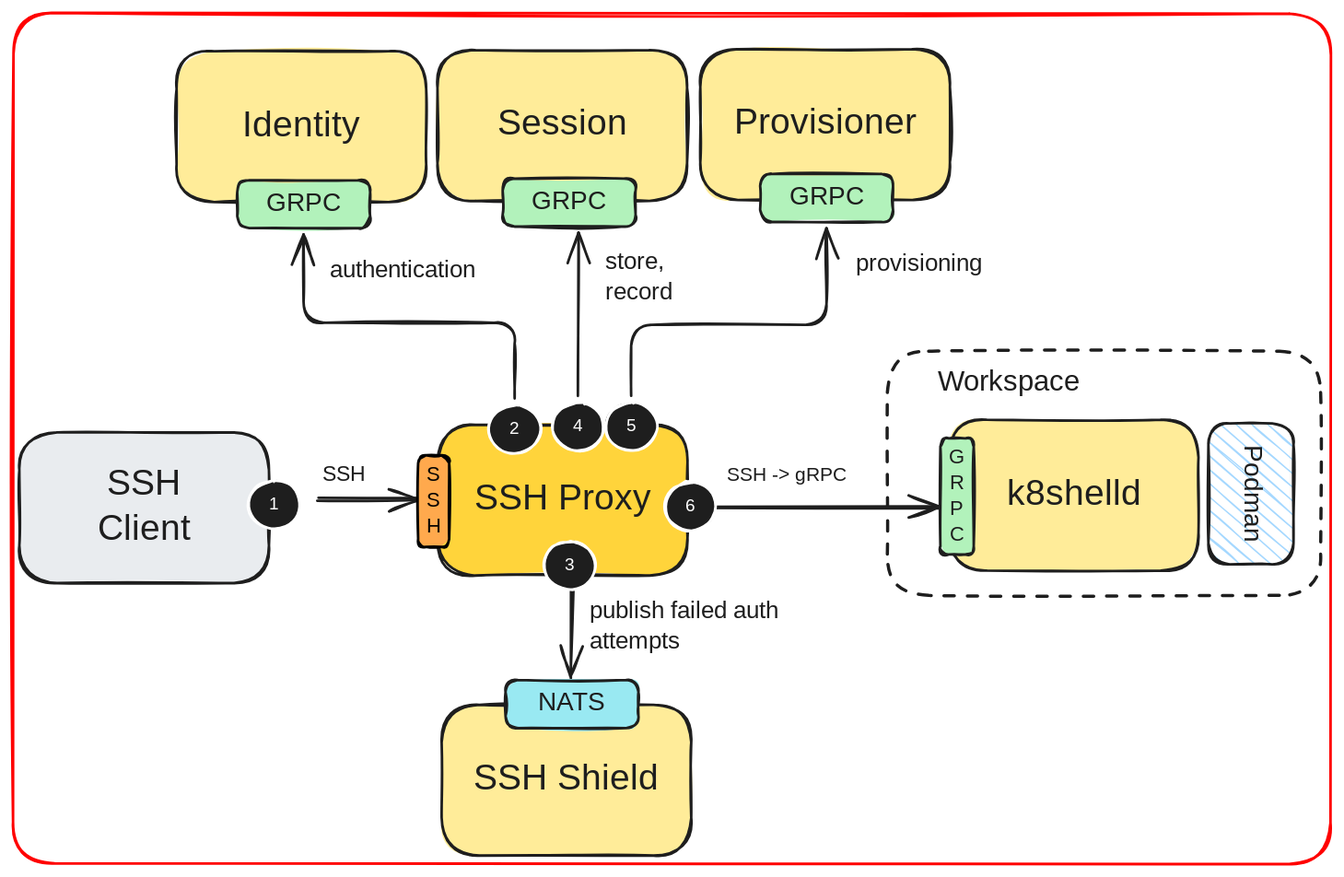
Above: drawings/ssh-architecture.excalidraw.svg in k8shell-io/docs (Excalidraw), before the change. Source tidied: one line per element, renumbered; positions are measured from the earlier drawing's top-left corner, leaving out a move shared by most shapes.
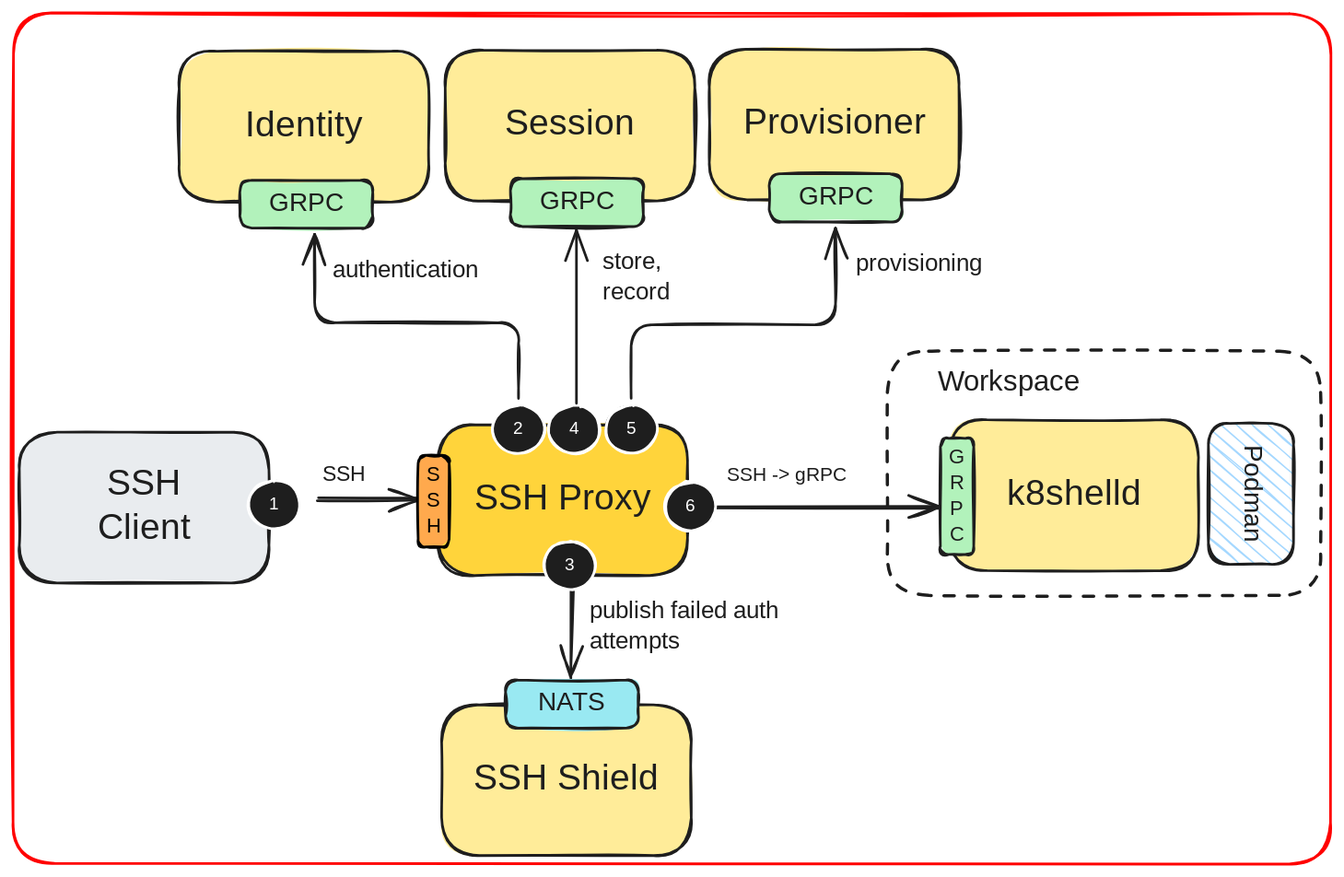
Above is the later version.

The edit, as a diff of the source:
```diff
@@ -5,7 +5,7 @@
 {"id": 4, "type": "rectangle", "strokeColor": "#1e1e1e", "backgroundColor": "#ffd43b", "fillStyle": "solid", "strokeWidth": 2, "roughness": 1, "round": true, "x": 329, "y": 319, "width": 194, "height": 117}
 {"id": 5, "type": "text", "text": "SSH Proxy", "strokeColor": "#1e1e1e", "strokeWidth": 2, "roughness": 1, "fontSize": 28, "fontFamily": 5, "textAlign": "center", "verticalAlign": "middle", "inside": 4, "x": 364, "y": 360, "width": 125, "height": 35}
 {"id": 6, "type": "rectangle", "strokeColor": "#1e1e1e", "backgroundColor": "#e9ecef", "fillStyle": "solid", "strokeWidth": 2, "roughness": 1, "round": true, "x": 5, "y": 325, "width": 194, "height": 117}
-{"id": 7, "type": "text", "text": "SSH\nClient", "strokeColor": "#1e1e1e", "strokeWidth": 2, "roughness": 1, "fontSize": 28, "fontFamily": 5, "textAlign": "center", "verticalAlign": "middle", "inside": 6, "x": 67, "y": 349, "width": 68, "height": 70}
+{"id": 7, "type": "text", "text": "SSH\nClient", "strokeColor": "#1e1e1e", "strokeWidth": 2, "roughness": 1, "fontSize": 28, "fontFamily": 5, "textAlign": "center", "verticalAlign": "middle", "inside": 6, "x": 67, "y": 348, "width": 68, "height": 70}
 {"id": 8, "type": "arrow", "strokeColor": "#1e1e1e", "backgroundColor": "#e9ecef", "fillStyle": "solid", "strokeWidth": 2, "roughness": 1, "endArrowhead": "arrow", "round": true, "from": 20, "to": 52, "x": 236, "y": 376, "width": 78, "height": 0, "points": [[0, 0], [78, 0]]}
 {"id": 9, "type": "arrow", "strokeColor": "#1e1e1e", "strokeWidth": 2, "roughness": 1, "endArrowhead": "arrow", "round": true, "from": 4, "to": 2, "x": 528, "y": 384, "width": 189, "height": 1, "points": [[0, 0], [189, -1]]}
 {"id": 10, "type": "text", "text": "SSH", "strokeColor": "#1e1e1e", "backgroundColor": "#ffd43b", "fillStyle": "solid", "strokeWidth": 2, "roughness": 1, "fontSize": 16.69, "fontFamily": 5, "x": 240, "y": 348, "width": 30, "height": 21}
@@ -20,36 +20,36 @@
 {"id": 19, "type": "text", "text": "Podman", "strokeColor": "#1e1e1e", "angle": 1.57, "strokeWidth": 2, "roughness": 1, "fontSize": 20, "fontFamily": 5, "textAlign": "center", "verticalAlign": "middle", "inside": 18, "x": 924, "y": 360, "width": 73, "height": 25}
 {"id": 20, "type": "ellipse", "strokeColor": "#ffffff", "backgroundColor": "#1e1e1e", "fillStyle": "solid", "strokeWidth": 2, "roughness": 1, "round": true, "x": 183, "y": 362, "width": 40, "height": 38}
 {"id": 21, "type": "text", "text": "1", "strokeColor": "#ffffff", "backgroundColor": "#1e1e1e", "fillStyle": "solid", "strokeWidth": 2, "roughness": 1, "fontSize": 13.5, "fontFamily": 5, "textAlign": "center", "verticalAlign": "middle", "inside": 20, "x": 200, "y": 373, "width": 6, "height": 17}
-{"id": 22, "type": "ellipse", "strokeColor": "#ffffff", "backgroundColor": "#1e1e1e", "fillStyle": "solid", "strokeWidth": 2, "roughness": 1, "round": true, "x": 369, "y": 304, "width": 40, "height": 38}
+{"id": 22, "type": "ellipse", "strokeColor": "#ffffff", "backgroundColor": "#1e1e1e", "fillStyle": "solid", "strokeWidth": 2, "roughness": 1, "round": true, "x": 372, "y": 304, "width": 40, "height": 38}
-{"id": 23, "type": "text", "text": "2", "strokeColor": "#ffffff", "backgroundColor": "#1e1e1e", "fillStyle": "solid", "strokeWidth": 2, "roughness": 1, "fontSize": 13.5, "fontFamily": 5, "textAlign": "center", "verticalAlign": "middle", "inside": 22, "x": 384, "y": 314, "width": 9, "height": 17}
+{"id": 23, "type": "text", "text": "2", "strokeColor": "#ffffff", "backgroundColor": "#1e1e1e", "fillStyle": "solid", "strokeWidth": 2, "roughness": 1, "fontSize": 13.5, "fontFamily": 5, "textAlign": "center", "verticalAlign": "middle", "inside": 22, "x": 387, "y": 314, "width": 9, "height": 17}
-{"id": 24, "type": "ellipse", "strokeColor": "#ffffff", "backgroundColor": "#1e1e1e", "fillStyle": "solid", "strokeWidth": 2, "roughness": 1, "round": true, "x": 459, "y": 302, "width": 40, "height": 38}
+{"id": 24, "type": "ellipse", "strokeColor": "#ffffff", "backgroundColor": "#1e1e1e", "fillStyle": "solid", "strokeWidth": 2, "roughness": 1, "round": true, "x": 459, "y": 304, "width": 40, "height": 38}
-{"id": 25, "type": "text", "text": "5", "strokeColor": "#ffffff", "backgroundColor": "#1e1e1e", "fillStyle": "solid", "strokeWidth": 2, "roughness": 1, "fontSize": 13.5, "fontFamily": 5, "textAlign": "center", "verticalAlign": "middle", "inside": 24, "x": 475, "y": 312, "width": 8, "height": 17}
+{"id": 25, "type": "text", "text": "5", "strokeColor": "#ffffff", "backgroundColor": "#1e1e1e", "fillStyle": "solid", "strokeWidth": 2, "roughness": 1, "fontSize": 13.5, "fontFamily": 5, "textAlign": "center", "verticalAlign": "middle", "inside": 24, "x": 475, "y": 314, "width": 8, "height": 17}
 {"id": 26, "type": "ellipse", "strokeColor": "#ffffff", "backgroundColor": "#1e1e1e", "fillStyle": "solid", "strokeWidth": 2, "roughness": 1, "round": true, "x": 505, "y": 364, "width": 40, "height": 38}
 {"id": 27, "type": "text", "text": "6", "strokeColor": "#ffffff", "backgroundColor": "#1e1e1e", "fillStyle": "solid", "strokeWidth": 2, "roughness": 1, "fontSize": 13.5, "fontFamily": 5, "textAlign": "center", "verticalAlign": "middle", "inside": 26, "x": 521, "y": 374, "width": 9, "height": 17}
 {"id": 28, "type": "ellipse", "strokeColor": "#ffffff", "backgroundColor": "#1e1e1e", "fillStyle": "solid", "strokeWidth": 2, "roughness": 1, "round": true, "x": 412, "y": 410, "width": 40, "height": 38}
 {"id": 29, "type": "text", "text": "3", "strokeColor": "#ffffff", "backgroundColor": "#1e1e1e", "fillStyle": "solid", "strokeWidth": 2, "roughness": 1, "fontSize": 13.5, "fontFamily": 5, "textAlign": "center", "verticalAlign": "middle", "inside": 28, "x": 427, "y": 420, "width": 8, "height": 17}
-{"id": 30, "type": "arrow", "strokeColor": "#1e1e1e", "backgroundColor": "#b2f2bb", "fillStyle": "solid", "strokeWidth": 2, "roughness": 1, "endArrowhead": "arrow", "from": 24, "to": 45, "x": 479, "y": 297, "width": 151, "height": 130, "points": [[0, 0], [0, -55], [151, -55], [151, -130]]}
+{"id": 30, "type": "arrow", "strokeColor": "#1e1e1e", "backgroundColor": "#b2f2bb", "fillStyle": "solid", "strokeWidth": 2, "roughness": 1, "endArrowhead": "arrow", "from": 24, "to": 45, "x": 479, "y": 299, "width": 158, "height": 132, "points": [[0, 0], [0, -57], [158, -57], [158, -132]]}
-{"id": 31, "type": "ellipse", "strokeColor": "#ffffff", "backgroundColor": "#1e1e1e", "fillStyle": "solid", "strokeWidth": 2, "roughness": 1, "round": true, "x": 418, "y": 302, "width": 40, "height": 38}
+{"id": 31, "type": "ellipse", "strokeColor": "#ffffff", "backgroundColor": "#1e1e1e", "fillStyle": "solid", "strokeWidth": 2, "roughness": 1, "round": true, "x": 415, "y": 304, "width": 40, "height": 38}
-{"id": 32, "type": "text", "text": "4", "strokeColor": "#ffffff", "backgroundColor": "#1e1e1e", "fillStyle": "solid", "strokeWidth": 2, "roughness": 1, "fontSize": 13.5, "fontFamily": 5, "textAlign": "center", "verticalAlign": "middle", "inside": 31, "x": 434, "y": 312, "width": 8, "height": 17}
+{"id": 32, "type": "text", "text": "4", "strokeColor": "#ffffff", "backgroundColor": "#1e1e1e", "fillStyle": "solid", "strokeWidth": 2, "roughness": 1, "fontSize": 13.5, "fontFamily": 5, "textAlign": "center", "verticalAlign": "middle", "inside": 31, "x": 431, "y": 314, "width": 8, "height": 17}
-{"id": 33, "type": "arrow", "strokeColor": "#1e1e1e", "backgroundColor": "#b2f2bb", "fillStyle": "solid", "strokeWidth": 2, "roughness": 1, "endArrowhead": "arrow", "from": 31, "to": 41, "x": 438, "y": 297, "width": 0, "height": 127, "points": [[0, 0], [0, -127]]}
-{"id": 34, "type": "text", "text": "store,\nrecord", "strokeColor": "#1e1e1e", "backgroundColor": "#ffd43b", "fillStyle": "solid", "strokeWidth": 2, "roughness": 1, "fontSize": 18.86, "fontFamily": 5, "x": 459, "y": 182, "width": 58, "height": 47}
+{"id": 34, "type": "text", "text": "store,\nrecord", "strokeColor": "#1e1e1e", "backgroundColor": "#ffd43b", "fillStyle": "solid", "strokeWidth": 2, "roughness": 1, "fontSize": 18.86, "fontFamily": 5, "x": 457, "y": 182, "width": 58, "height": 47}
-{"id": 35, "type": "rectangle", "strokeColor": "#1e1e1e", "backgroundColor": "#ffec99", "fillStyle": "solid", "strokeWidth": 2, "roughness": 1, "round": true, "x": 127, "y": 29, "width": 194, "height": 117}
+{"id": 35, "type": "rectangle", "strokeColor": "#1e1e1e", "backgroundColor": "#ffec99", "fillStyle": "solid", "strokeWidth": 2, "roughness": 1, "round": true, "x": 129, "y": 29, "width": 194, "height": 117}
-{"id": 36, "type": "text", "text": "Identity", "strokeColor": "#1e1e1e", "strokeWidth": 2, "roughness": 1, "fontSize": 28, "fontFamily": 5, "textAlign": "center", "verticalAlign": "middle", "inside": 35, "x": 166, "y": 70, "width": 115, "height": 35}
+{"id": 36, "type": "text", "text": "Identity", "strokeColor": "#1e1e1e", "strokeWidth": 2, "roughness": 1, "fontSize": 28, "fontFamily": 5, "textAlign": "center", "verticalAlign": "middle", "inside": 35, "x": 168, "y": 70, "width": 115, "height": 35}
-{"id": 37, "type": "rectangle", "strokeColor": "#1e1e1e", "backgroundColor": "#b2f2bb", "fillStyle": "solid", "strokeWidth": 2, "roughness": 1, "round": true, "x": 174, "y": 129, "width": 103, "height": 37}
+{"id": 37, "type": "rectangle", "strokeColor": "#1e1e1e", "backgroundColor": "#b2f2bb", "fillStyle": "solid", "strokeWidth": 2, "roughness": 1, "round": true, "x": 176, "y": 129, "width": 103, "height": 37}
-{"id": 38, "type": "text", "text": "GRPC", "strokeColor": "#1e1e1e", "strokeWidth": 2, "roughness": 1, "fontSize": 19.84, "fontFamily": 5, "textAlign": "center", "verticalAlign": "middle", "inside": 37, "x": 197, "y": 136, "width": 56, "height": 25}
+{"id": 38, "type": "text", "text": "GRPC", "strokeColor": "#1e1e1e", "strokeWidth": 2, "roughness": 1, "fontSize": 19.84, "fontFamily": 5, "textAlign": "center", "verticalAlign": "middle", "inside": 37, "x": 199, "y": 136, "width": 56, "height": 25}
-{"id": 39, "type": "rectangle", "strokeColor": "#1e1e1e", "backgroundColor": "#ffec99", "fillStyle": "solid", "strokeWidth": 2, "roughness": 1, "round": true, "x": 329, "y": 29, "width": 194, "height": 117}
+{"id": 39, "type": "rectangle", "strokeColor": "#1e1e1e", "backgroundColor": "#ffec99", "fillStyle": "solid", "strokeWidth": 2, "roughness": 1, "round": true, "x": 335, "y": 29, "width": 194, "height": 117}
-{"id": 40, "type": "text", "text": "Session", "strokeColor": "#1e1e1e", "strokeWidth": 2, "roughness": 1, "fontSize": 28, "fontFamily": 5, "textAlign": "center", "verticalAlign": "middle", "inside": 39, "x": 375, "y": 70, "width": 101, "height": 35}
+{"id": 40, "type": "text", "text": "Session", "strokeColor": "#1e1e1e", "strokeWidth": 2, "roughness": 1, "fontSize": 28, "fontFamily": 5, "textAlign": "center", "verticalAlign": "middle", "inside": 39, "x": 381, "y": 70, "width": 101, "height": 35}
-{"id": 41, "type": "rectangle", "strokeColor": "#1e1e1e", "backgroundColor": "#b2f2bb", "fillStyle": "solid", "strokeWidth": 2, "roughness": 1, "round": true, "x": 380, "y": 128, "width": 103, "height": 37}
+{"id": 41, "type": "rectangle", "strokeColor": "#1e1e1e", "backgroundColor": "#b2f2bb", "fillStyle": "solid", "strokeWidth": 2, "roughness": 1, "round": true, "x": 386, "y": 128, "width": 103, "height": 37}
-{"id": 42, "type": "text", "text": "GRPC", "strokeColor": "#1e1e1e", "strokeWidth": 2, "roughness": 1, "fontSize": 19.84, "fontFamily": 5, "textAlign": "center", "verticalAlign": "middle", "inside": 41, "x": 403, "y": 134, "width": 56, "height": 25}
+{"id": 42, "type": "text", "text": "GRPC", "strokeColor": "#1e1e1e", "strokeWidth": 2, "roughness": 1, "fontSize": 19.84, "fontFamily": 5, "textAlign": "center", "verticalAlign": "middle", "inside": 41, "x": 409, "y": 134, "width": 56, "height": 25}
-{"id": 43, "type": "rectangle", "strokeColor": "#1e1e1e", "backgroundColor": "#ffec99", "fillStyle": "solid", "strokeWidth": 2, "roughness": 1, "round": true, "x": 533, "y": 28, "width": 194, "height": 117}
+{"id": 43, "type": "rectangle", "strokeColor": "#1e1e1e", "backgroundColor": "#ffec99", "fillStyle": "solid", "strokeWidth": 2, "roughness": 1, "round": true, "x": 540, "y": 28, "width": 194, "height": 117}
-{"id": 44, "type": "text", "text": "Provisioner", "strokeColor": "#1e1e1e", "strokeWidth": 2, "roughness": 1, "fontSize": 28, "fontFamily": 5, "textAlign": "center", "verticalAlign": "middle", "inside": 43, "x": 555, "y": 69, "width": 150, "height": 35}
+{"id": 44, "type": "text", "text": "Provisioner", "strokeColor": "#1e1e1e", "strokeWidth": 2, "roughness": 1, "fontSize": 28, "fontFamily": 5, "textAlign": "center", "verticalAlign": "middle", "inside": 43, "x": 562, "y": 69, "width": 150, "height": 35}
-{"id": 45, "type": "rectangle", "strokeColor": "#1e1e1e", "backgroundColor": "#b2f2bb", "fillStyle": "solid", "strokeWidth": 2, "roughness": 1, "round": true, "x": 579, "y": 125, "width": 103, "height": 37}
+{"id": 45, "type": "rectangle", "strokeColor": "#1e1e1e", "backgroundColor": "#b2f2bb", "fillStyle": "solid", "strokeWidth": 2, "roughness": 1, "round": true, "x": 586, "y": 125, "width": 103, "height": 37}
-{"id": 46, "type": "text", "text": "GRPC", "strokeColor": "#1e1e1e", "strokeWidth": 2, "roughness": 1, "fontSize": 19.84, "fontFamily": 5, "textAlign": "center", "verticalAlign": "middle", "inside": 45, "x": 603, "y": 131, "width": 56, "height": 25}
+{"id": 46, "type": "text", "text": "GRPC", "strokeColor": "#1e1e1e", "strokeWidth": 2, "roughness": 1, "fontSize": 19.84, "fontFamily": 5, "textAlign": "center", "verticalAlign": "middle", "inside": 45, "x": 610, "y": 131, "width": 56, "height": 25}
 {"id": 47, "type": "text", "text": " provisioning", "strokeColor": "#1e1e1e", "backgroundColor": "#ffd43b", "fillStyle": "solid", "strokeWidth": 2, "roughness": 1, "fontSize": 18.86, "fontFamily": 5, "x": 649, "y": 183, "width": 112, "height": 24}
-{"id": 48, "type": "arrow", "strokeColor": "#1e1e1e", "backgroundColor": "#ffec99", "fillStyle": "solid", "strokeWidth": 2, "roughness": 1, "endArrowhead": "arrow", "from": 22, "to": 37, "x": 389, "y": 299, "width": 164, "height": 127, "points": [[0, 0], [0, -59], [-164, -59], [-164, -127]]}
+{"id": 48, "type": "arrow", "strokeColor": "#1e1e1e", "backgroundColor": "#ffec99", "fillStyle": "solid", "strokeWidth": 2, "roughness": 1, "endArrowhead": "arrow", "from": 22, "to": 37, "x": 392, "y": 299, "width": 158, "height": 127, "points": [[0, 0], [0, -59], [-158, -59], [-158, -127]]}
-{"id": 49, "type": "text", "text": "authentication", "strokeColor": "#1e1e1e", "backgroundColor": "#ffd43b", "fillStyle": "solid", "strokeWidth": 2, "roughness": 1, "fontSize": 18.86, "fontFamily": 5, "x": 246, "y": 188, "width": 134, "height": 24}
+{"id": 49, "type": "text", "text": "authentication", "strokeColor": "#1e1e1e", "backgroundColor": "#ffd43b", "fillStyle": "solid", "strokeWidth": 2, "roughness": 1, "fontSize": 18.86, "fontFamily": 5, "x": 248, "y": 188, "width": 134, "height": 24}
 {"id": 50, "type": "rectangle", "strokeColor": "#1e1e1e", "backgroundColor": "#99e9f2", "fillStyle": "solid", "strokeWidth": 2, "roughness": 1, "round": true, "x": 382, "y": 517, "width": 103, "height": 37}
 {"id": 51, "type": "text", "text": "NATS", "strokeColor": "#1e1e1e", "strokeWidth": 2, "roughness": 1, "fontSize": 19.84, "fontFamily": 5, "textAlign": "center", "verticalAlign": "middle", "inside": 50, "x": 407, "y": 523, "width": 54, "height": 25}
 {"id": 52, "type": "rectangle", "strokeColor": "#000000", "backgroundColor": "#ffa94d", "fillStyle": "solid", "strokeWidth": 2, "roughness": 1, "round": true, "x": 314, "y": 343, "width": 24, "height": 71}
 {"id": 53, "type": "text", "text": "S\nS\nH", "strokeColor": "#000000", "strokeWidth": 2, "roughness": 1, "fontSize": 16.02, "fontFamily": 5, "textAlign": "center", "verticalAlign": "middle", "inside": 52, "x": 321, "y": 348, "width": 10, "height": 60}
 {"id": 54, "type": "rectangle", "strokeColor": "#ff0000", "angle": 0.0, "strokeWidth": 2, "roughness": 1, "round": true, "x": 0, "y": 0, "width": 1022, "height": 660}
+{"id": 55, "type": "arrow", "strokeColor": "#1e1e1e", "strokeWidth": 2, "roughness": 0, "endArrowhead": "arrow", "round": true, "from": 31, "to": 41, "x": 437, "y": 303, "width": 0, "height": 134, "points": [[0, 0], [0, -134]]}
```
